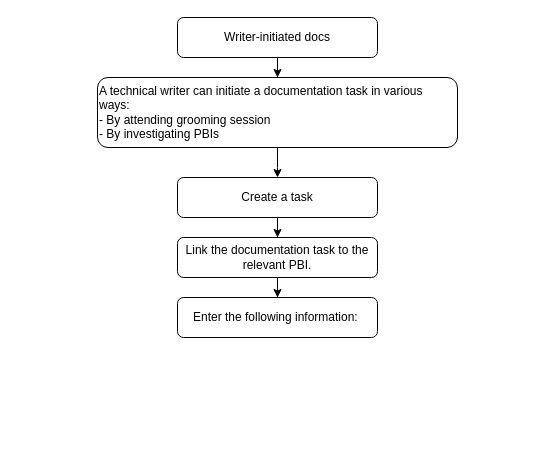
tunc-ay/blogs keeps this draw.io diagram as Untitled Diagram.drawio. Above is the earlier version. Source tidied: cells renumbered, new cells numbered last; positions are measured from the earlier drawing's top-left corner, leaving out a move shared by most shapes. Both pictures are drawn from the tidied source at 100%, with x=0, y=0 at pixel (97, 17).
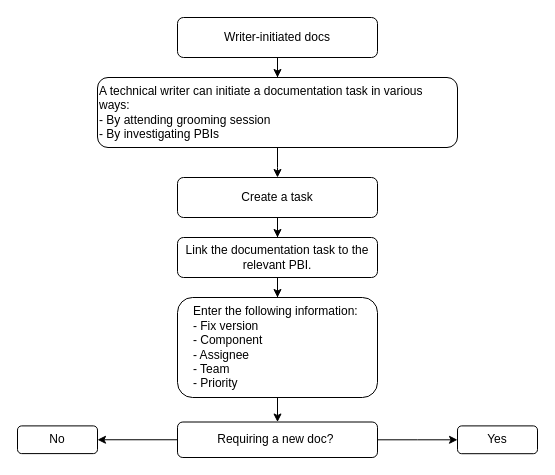
After the change.

Diff of the diagram source:
```diff
@@
 <mxGraphModel>
   <root>
     <mxCell id="0" />
     <mxCell id="1" parent="0" />
     <mxCell id="2" style="edgeStyle=orthogonalEdgeStyle;rounded=0;jettySize=auto;html=1;" parent="1" edge="1" source="3" target="5">
       <mxGeometry relative="1" as="geometry" />
     </mxCell>
     <mxCell id="3" value="Writer-initiated docs" style="rounded=1;whiteSpace=wrap;html=1;" parent="1" vertex="1">
       <mxGeometry x="80" width="200" height="40" as="geometry" />
     </mxCell>
     <mxCell id="4" style="edgeStyle=orthogonalEdgeStyle;rounded=0;jettySize=auto;html=1;" parent="1" edge="1" source="5">
       <mxGeometry relative="1" as="geometry">
         <mxPoint x="180" y="160" as="targetPoint" />
       </mxGeometry>
     </mxCell>
     <mxCell id="5" value="A technical writer can initiate a documentation task in various ways:&amp;nbsp;&lt;br&gt;- By attending grooming session&lt;br&gt;- By investigating PBIs" style="whiteSpace=wrap;html=1;rounded=1;align=left;" parent="1" vertex="1">
       <mxGeometry y="60" width="360" height="70" as="geometry" />
     </mxCell>
     <mxCell id="6" style="edgeStyle=orthogonalEdgeStyle;rounded=0;jettySize=auto;html=1;" parent="1" edge="1" source="7" target="9">
       <mxGeometry relative="1" as="geometry" />
     </mxCell>
     <mxCell id="7" value="Create a task" style="rounded=1;whiteSpace=wrap;html=1;" parent="1" vertex="1">
       <mxGeometry x="80" y="160" width="200" height="40" as="geometry" />
     </mxCell>
     <mxCell id="8" style="edgeStyle=orthogonalEdgeStyle;rounded=0;jettySize=auto;html=1;" parent="1" edge="1" source="9" target="10">
       <mxGeometry relative="1" as="geometry" />
     </mxCell>
     <mxCell id="9" value="Link the documentation task to the relevant PBI." style="rounded=1;whiteSpace=wrap;html=1;" parent="1" vertex="1">
       <mxGeometry x="80" y="220" width="200" height="40" as="geometry" />
     </mxCell>
+    <mxCell id="11" style="edgeStyle=orthogonalEdgeStyle;rounded=0;jettySize=auto;html=1;" parent="1" edge="1" source="10" target="14">
+      <mxGeometry relative="1" as="geometry" />
+    </mxCell>
-    <mxCell id="10" value="Enter the following information:&amp;nbsp;" style="rounded=1;whiteSpace=wrap;html=1;" parent="1" vertex="1">
-      <mxGeometry x="80" y="280" width="200" height="40" as="geometry" />
+    <mxCell id="10" value="Enter the following information:&amp;nbsp;&lt;br&gt;&lt;div style=&quot;text-align: left;&quot;&gt;&lt;span style=&quot;background-color: initial;&quot;&gt;- Fix version&lt;/span&gt;&lt;/div&gt;&lt;div style=&quot;text-align: left;&quot;&gt;&lt;span style=&quot;background-color: initial;&quot;&gt;- Component&lt;/span&gt;&lt;/div&gt;&lt;div style=&quot;text-align: left;&quot;&gt;&lt;span style=&quot;background-color: initial;&quot;&gt;- Assignee&lt;/span&gt;&lt;/div&gt;&lt;div style=&quot;text-align: left;&quot;&gt;&lt;span style=&quot;background-color: initial;&quot;&gt;- Team&lt;/span&gt;&lt;/div&gt;&lt;div style=&quot;text-align: left;&quot;&gt;&lt;span style=&quot;background-color: initial;&quot;&gt;- Priority&lt;/span&gt;&lt;/div&gt;" style="rounded=1;whiteSpace=wrap;html=1;" parent="1" vertex="1">
+      <mxGeometry x="80" y="280" width="200" height="100" as="geometry" />
     </mxCell>
+    <mxCell id="12" style="edgeStyle=orthogonalEdgeStyle;rounded=0;jettySize=auto;html=1;" parent="1" edge="1" source="14" target="15">
+      <mxGeometry relative="1" as="geometry" />
+    </mxCell>
+    <mxCell id="13" style="edgeStyle=orthogonalEdgeStyle;rounded=0;jettySize=auto;html=1;" parent="1" edge="1" source="14" target="16">
+      <mxGeometry relative="1" as="geometry" />
+    </mxCell>
+    <mxCell id="14" value="Requiring a new doc?&amp;nbsp;" style="rounded=1;whiteSpace=wrap;html=1;" parent="1" vertex="1">
+      <mxGeometry x="80" y="404.5" width="200" height="35.5" as="geometry" />
+    </mxCell>
+    <mxCell id="15" value="Yes" style="whiteSpace=wrap;html=1;rounded=1;" parent="1" vertex="1">
+      <mxGeometry x="360" y="408.4" width="80" height="27.8" as="geometry" />
+    </mxCell>
+    <mxCell id="16" value="No" style="whiteSpace=wrap;html=1;rounded=1;" parent="1" vertex="1">
+      <mxGeometry x="-80" y="408.4" width="80" height="27.7" as="geometry" />
+    </mxCell>
   </root>
 </mxGraphModel>
```
